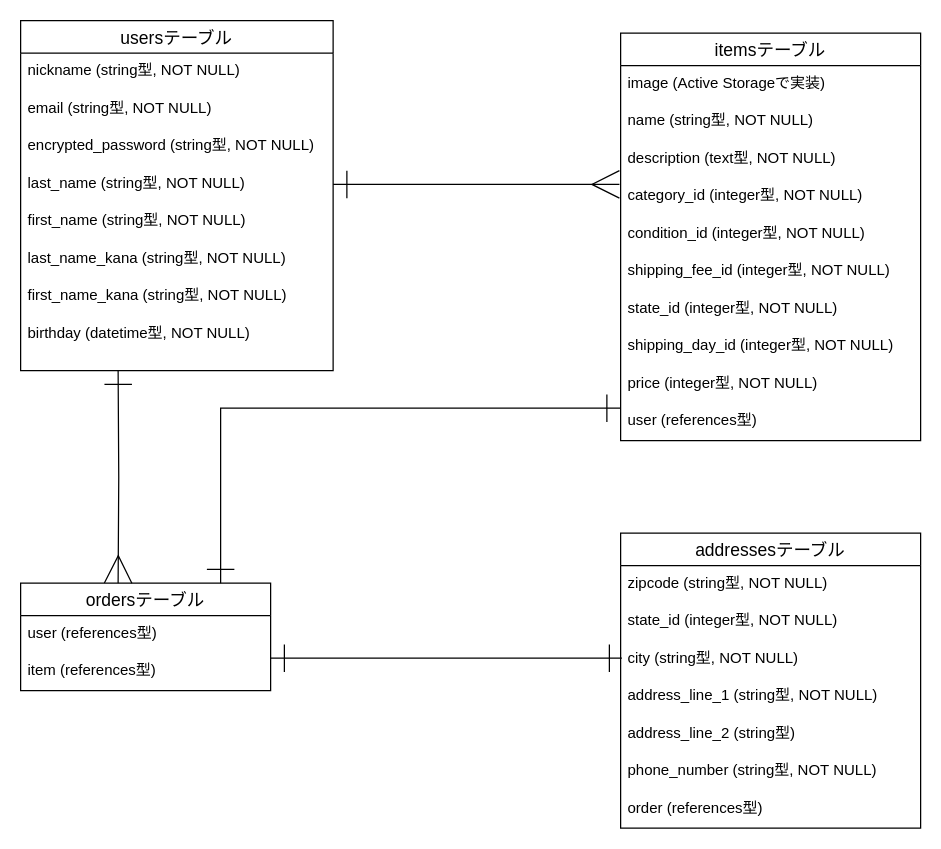
Earlier version of the draw.io diagram er.dio (inaken12/furima-33568). Source tidied: cells renumbered, new cells numbered last; positions are measured from the earlier drawing's top-left corner, leaving out a move shared by most shapes. Both pictures are drawn from the tidied source at 125%, with x=0, y=0 at pixel (20, 20).
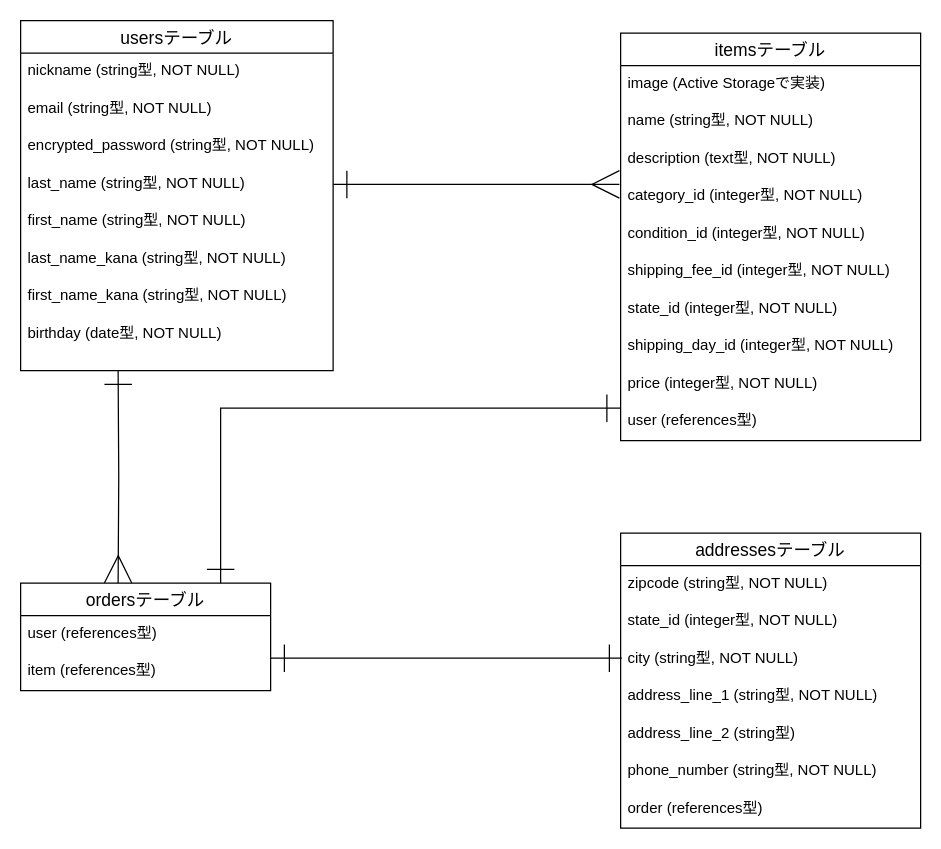
After the change.

Unchanged cells that the change refers to:
```xml
<mxCell id="2" value="usersテーブル" style="swimlane;fontStyle=0;horizontal=1;startSize=26;align=center;fontSize=14;" parent="1" vertex="1">
  <mxGeometry width="250" height="280" as="geometry" />
</mxCell>
```

Diff of the diagram source:
```diff
@@
-    <mxCell id="10" value="birthday (datetime型, NOT NULL)" style="text;strokeColor=none;fillColor=none;spacingLeft=4;spacingRight=4;overflow=hidden;fontSize=12;" parent="2" vertex="1">
+    <mxCell id="10" value="birthday (date型, NOT NULL)" style="text;strokeColor=none;fillColor=none;spacingLeft=4;spacingRight=4;overflow=hidden;fontSize=12;" parent="2" vertex="1">
       <mxGeometry y="236" width="250" height="44" as="geometry" />
     </mxCell>
```
